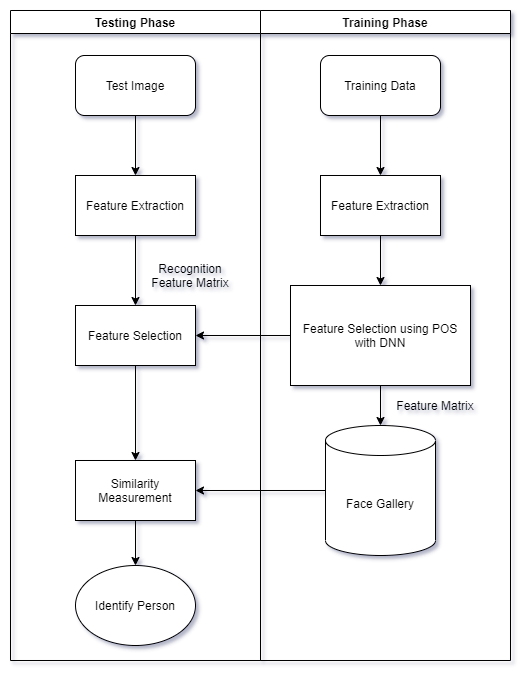
The draw.io diagram flowchart.png in mgautam98/bda-face-recognition, before a commit. Source tidied: cells renumbered, new cells last; positions are measured from the earlier drawing's top-left corner, leaving out a move shared by most shapes.
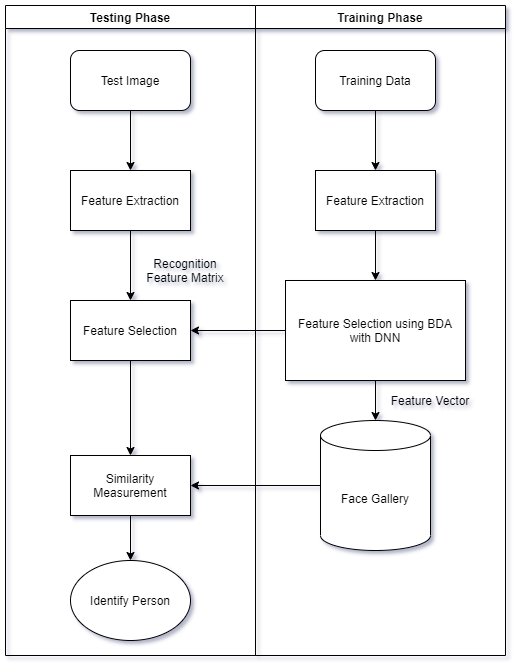
After the change.

What changed in the source:
```diff
@@ -20,7 +20,7 @@
     <mxCell id="7" style="edgeStyle=orthogonalEdgeStyle;rounded=0;jettySize=auto;html=1;entryX=1;entryY=0.5;entryDx=0;entryDy=0;" parent="1" edge="1" source="8" target="15">
       <mxGeometry relative="1" as="geometry" />
     </mxCell>
-    <mxCell id="8" value="Feature Selection using POS with DNN" style="rounded=0;whiteSpace=wrap;html=1;" parent="1" vertex="1">
+    <mxCell id="8" value="Feature Selection using BDA with DNN" style="rounded=0;whiteSpace=wrap;html=1;" parent="1" vertex="1">
       <mxGeometry x="280" y="275" width="180" height="100" as="geometry" />
     </mxCell>
     <mxCell id="9" style="edgeStyle=orthogonalEdgeStyle;rounded=0;jettySize=auto;html=1;entryX=1;entryY=0.5;entryDx=0;entryDy=0;" parent="1" edge="1" source="10" target="17">
@@ -65,7 +65,7 @@
     <mxCell id="22" value="Training Phase" style="swimlane;" parent="1" vertex="1">
       <mxGeometry x="250" width="250" height="650" as="geometry" />
     </mxCell>
-    <mxCell id="23" value="Feature Matrix" style="text;html=1;strokeColor=none;fillColor=none;align=center;verticalAlign=middle;whiteSpace=wrap;rounded=0;" parent="22" vertex="1">
+    <mxCell id="23" value="Feature Vector" style="text;html=1;strokeColor=none;fillColor=none;align=center;verticalAlign=middle;whiteSpace=wrap;rounded=0;" parent="22" vertex="1">
       <mxGeometry x="130" y="385" width="90" height="20" as="geometry" />
     </mxCell>
   </root>
```
